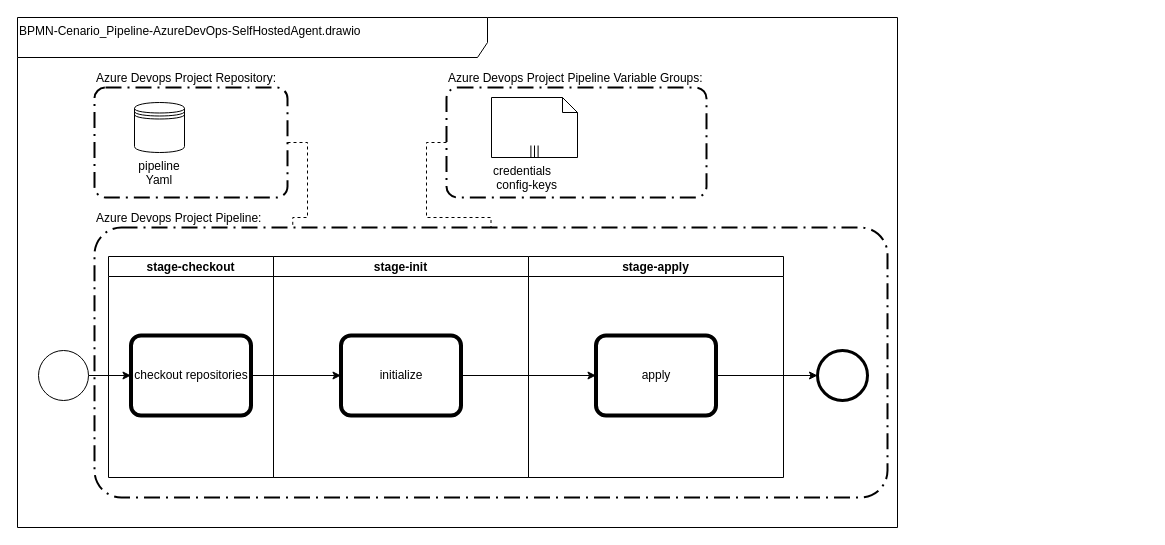
Above: md/bpmn-diagrams/BPMN-Cenario_Pipeline-AzureDevOps-SelfHostedAgent-CD-sqlserver-migrations.drawio in josemarsilva/devops-labs (draw.io), before the change. Source tidied: cells renumbered, new cells numbered last; positions are measured from the earlier drawing's top-left corner, leaving out a move shared by most shapes. Both pictures are drawn from the tidied source at 100%, with x=0, y=0 at pixel (17, 17).
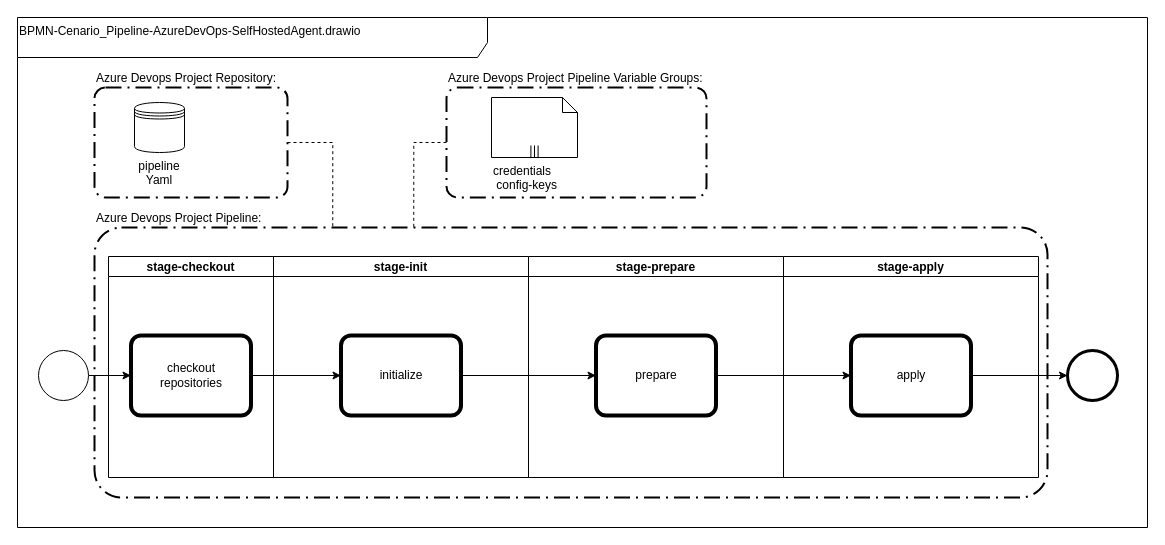
The same page after the edit.

Unchanged cells that the change refers to:
```xml
<mxCell id="3" value="Azure Devops Project Pipeline Variable Groups:" style="points=[[0.25,0,0],[0.5,0,0],[0.75,0,0],[1,0.25,0],[1,0.5,0],[1,0.75,0],[0.75,1,0],[0.5,1,0],[0.25,1,0],[0,0.75,0],[0,0.5,0],[0,0.25,0]];rounded=1;arcSize=10;dashed=1;strokeColor=#000000;fillColor=none;gradientColor=none;dashPattern=8 3 1 3;strokeWidth=2;verticalAlign=bottom;labelPosition=center;verticalLabelPosition=top;align=left;textDirection=ltr;" parent="1" vertex="1">
  <mxGeometry x="429" y="70" width="260" height="110" as="geometry" />
</mxCell>
<mxCell id="8" value="stage-checkout" style="swimlane;startSize=20;" parent="1" vertex="1">
  <mxGeometry x="91" y="239" width="165" height="221" as="geometry" />
</mxCell>
```

Diff of the diagram source:
```diff
@@
     <mxCell id="2" value="BPMN-Cenario_Pipeline-AzureDevOps-SelfHostedAgent.drawio" style="shape=umlFrame;whiteSpace=wrap;html=1;width=470;height=40;align=left;verticalAlign=top;" parent="1" vertex="1">
-      <mxGeometry width="880" height="510" as="geometry" />
+      <mxGeometry width="1130" height="510" as="geometry" />
     </mxCell>
@@
     <mxCell id="4" value="Azure Devops Project Pipeline:" style="points=[[0.25,0,0],[0.5,0,0],[0.75,0,0],[1,0.25,0],[1,0.5,0],[1,0.75,0],[0.75,1,0],[0.5,1,0],[0.25,1,0],[0,0.75,0],[0,0.5,0],[0,0.25,0]];rounded=1;arcSize=10;dashed=1;strokeColor=#000000;fillColor=none;gradientColor=none;dashPattern=8 3 1 3;strokeWidth=2;verticalAlign=bottom;labelPosition=center;verticalLabelPosition=top;align=left;textDirection=ltr;" parent="1" vertex="1">
-      <mxGeometry x="77" y="210" width="793" height="270" as="geometry" />
+      <mxGeometry x="77" y="210" width="953" height="270" as="geometry" />
     </mxCell>
@@
-    <mxCell id="9" value="checkout repositories" style="points=[[0.25,0,0],[0.5,0,0],[0.75,0,0],[1,0.25,0],[1,0.5,0],[1,0.75,0],[0.75,1,0],[0.5,1,0],[0.25,1,0],[0,0.75,0],[0,0.5,0],[0,0.25,0]];shape=mxgraph.bpmn.task;whiteSpace=wrap;rectStyle=rounded;size=10;bpmnShapeType=call;" parent="8" vertex="1">
+    <mxCell id="9" value="checkout &#10;repositories" style="points=[[0.25,0,0],[0.5,0,0],[0.75,0,0],[1,0.25,0],[1,0.5,0],[1,0.75,0],[0.75,1,0],[0.5,1,0],[0.25,1,0],[0,0.75,0],[0,0.5,0],[0,0.25,0]];shape=mxgraph.bpmn.task;whiteSpace=wrap;rectStyle=rounded;size=10;bpmnShapeType=call;" parent="8" vertex="1">
       <mxGeometry x="22.5" y="79" width="120" height="80" as="geometry" />
     </mxCell>
@@
     <mxCell id="14" style="points=[[0.145,0.145,0],[0.5,0,0],[0.855,0.145,0],[1,0.5,0],[0.855,0.855,0],[0.5,1,0],[0.145,0.855,0],[0,0.5,0]];shape=mxgraph.bpmn.event;html=1;verticalLabelPosition=bottom;labelBackgroundColor=#ffffff;verticalAlign=top;align=center;perimeter=ellipsePerimeter;outlineConnect=0;outline=end;symbol=terminate2;" parent="1" vertex="1">
-      <mxGeometry x="800" y="333" width="50" height="50" as="geometry" />
+      <mxGeometry x="1050" y="333" width="50" height="50" as="geometry" />
     </mxCell>
@@
-    <mxCell id="16" style="edgeStyle=orthogonalEdgeStyle;rounded=0;jettySize=auto;html=1;endArrow=none;endFill=0;dashed=1;entryX=0.5;entryY=0;entryDx=0;entryDy=0;entryPerimeter=0;exitX=0;exitY=0.5;exitDx=0;exitDy=0;exitPerimeter=0;" parent="1" edge="1" source="3" target="4">
+    <mxCell id="16" style="edgeStyle=orthogonalEdgeStyle;rounded=0;jettySize=auto;html=1;endArrow=none;endFill=0;dashed=1;entryX=0.335;entryY=0.004;entryDx=0;entryDy=0;entryPerimeter=0;exitX=0;exitY=0.5;exitDx=0;exitDy=0;exitPerimeter=0;" parent="1" edge="1" source="3" target="4">
       <mxGeometry relative="1" as="geometry" />
     </mxCell>
@@
-    <mxCell id="18" style="edgeStyle=orthogonalEdgeStyle;rounded=0;jettySize=auto;html=1;entryX=0;entryY=0.5;entryDx=0;entryDy=0;entryPerimeter=0;exitX=1;exitY=0.5;exitDx=0;exitDy=0;exitPerimeter=0;" parent="1" edge="1" source="20" target="14">
+    <mxCell id="18" style="edgeStyle=orthogonalEdgeStyle;rounded=0;jettySize=auto;html=1;entryX=0;entryY=0.5;entryDx=0;entryDy=0;entryPerimeter=0;exitX=1;exitY=0.5;exitDx=0;exitDy=0;exitPerimeter=0;" parent="1" edge="1" source="23" target="14">
       <mxGeometry relative="1" as="geometry" />
     </mxCell>
-    <mxCell id="19" value="stage-apply" style="swimlane;startSize=20;" parent="1" vertex="1">
+    <mxCell id="19" value="stage-prepare" style="swimlane;startSize=20;" parent="1" vertex="1">
       <mxGeometry x="511" y="239" width="255" height="221" as="geometry" />
     </mxCell>
-    <mxCell id="20" value="apply" style="points=[[0.25,0,0],[0.5,0,0],[0.75,0,0],[1,0.25,0],[1,0.5,0],[1,0.75,0],[0.75,1,0],[0.5,1,0],[0.25,1,0],[0,0.75,0],[0,0.5,0],[0,0.25,0]];shape=mxgraph.bpmn.task;whiteSpace=wrap;rectStyle=rounded;size=10;bpmnShapeType=call;" parent="19" vertex="1">
+    <mxCell id="20" value="prepare" style="points=[[0.25,0,0],[0.5,0,0],[0.75,0,0],[1,0.25,0],[1,0.5,0],[1,0.75,0],[0.75,1,0],[0.5,1,0],[0.25,1,0],[0,0.75,0],[0,0.5,0],[0,0.25,0]];shape=mxgraph.bpmn.task;whiteSpace=wrap;rectStyle=rounded;size=10;bpmnShapeType=call;" parent="19" vertex="1">
       <mxGeometry x="67.5" y="79" width="120" height="80" as="geometry" />
     </mxCell>
@@
+    <mxCell id="22" value="stage-apply" style="swimlane;startSize=20;" parent="1" vertex="1">
+      <mxGeometry x="766" y="239" width="255" height="221" as="geometry" />
+    </mxCell>
+    <mxCell id="23" value="apply" style="points=[[0.25,0,0],[0.5,0,0],[0.75,0,0],[1,0.25,0],[1,0.5,0],[1,0.75,0],[0.75,1,0],[0.5,1,0],[0.25,1,0],[0,0.75,0],[0,0.5,0],[0,0.25,0]];shape=mxgraph.bpmn.task;whiteSpace=wrap;rectStyle=rounded;size=10;bpmnShapeType=call;" parent="22" vertex="1">
+      <mxGeometry x="67.5" y="79" width="120" height="80" as="geometry" />
+    </mxCell>
+    <mxCell id="24" style="edgeStyle=orthogonalEdgeStyle;rounded=0;jettySize=auto;html=1;fontSize=10;fontColor=none;exitX=1;exitY=0.5;exitDx=0;exitDy=0;exitPerimeter=0;" parent="1" edge="1" source="20" target="23">
+      <mxGeometry relative="1" as="geometry" />
+    </mxCell>
```
